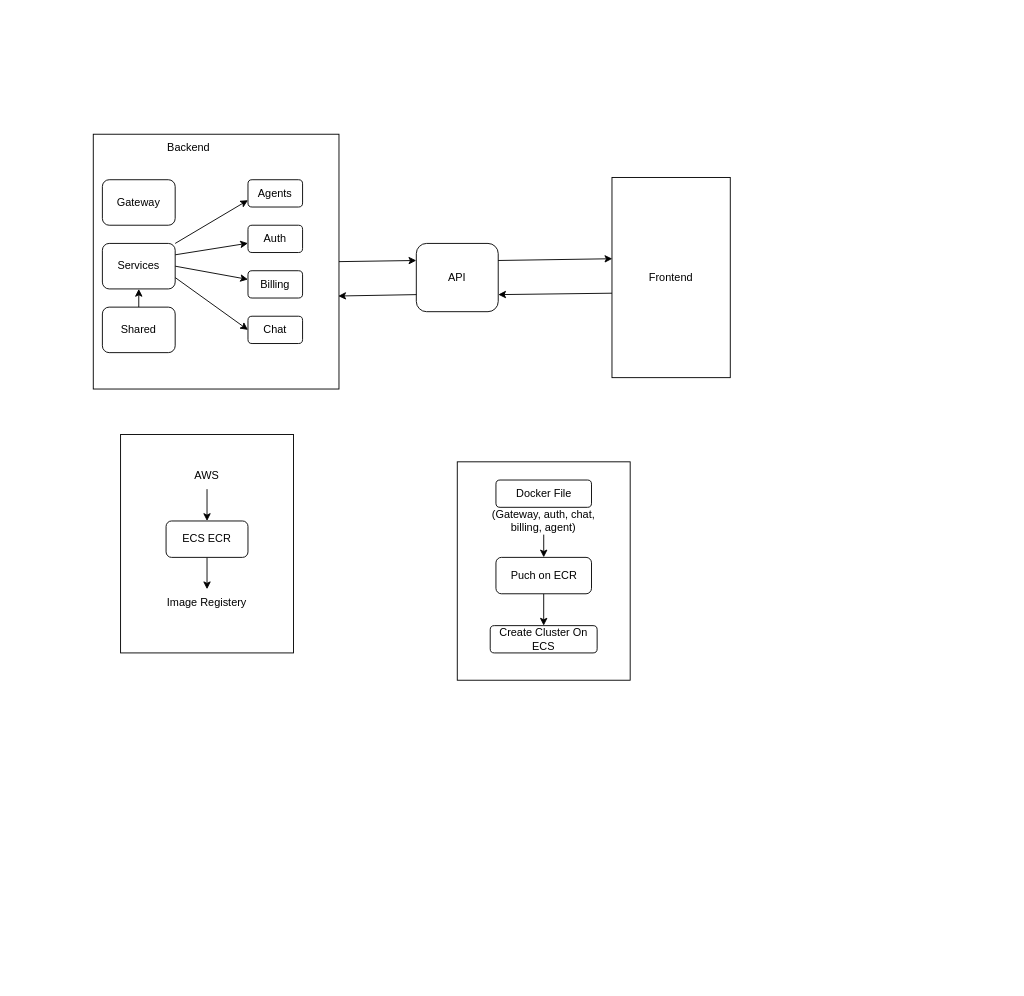
Before: ProjectStructure.drawio in GreeshmanDama/NoBoundAI-Multimodal-Assistant, a draw.io diagram. Source tidied: cells renumbered, new cells numbered last; positions are measured from the earlier drawing's top-left corner, leaving out a move shared by most shapes. Both pictures are drawn from the tidied source at 91%, with x=0, y=0 at pixel (93, 134).
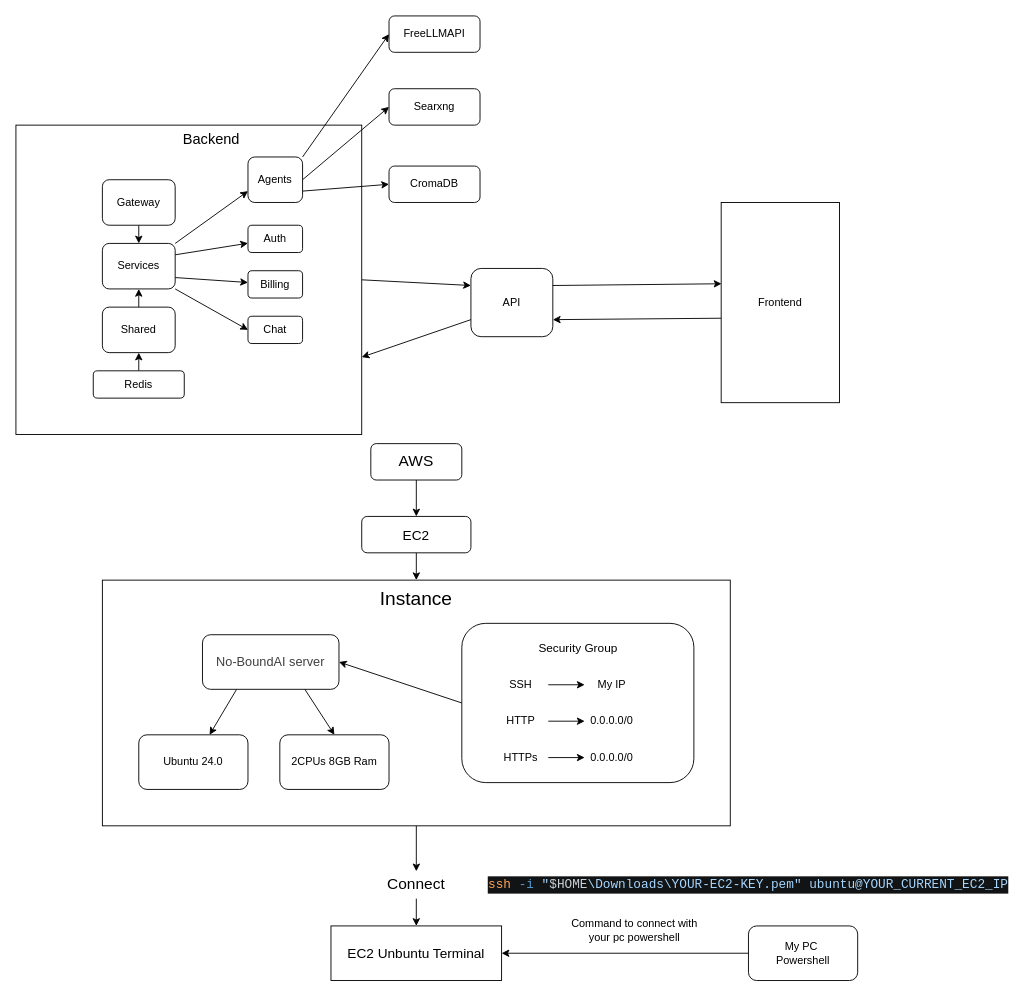
The same page after the edit.

Unchanged cells that the change refers to:
```xml
<mxCell id="5" value="Gateway" style="rounded=1;whiteSpace=wrap;html=1;roundedPerimeter=1;" parent="1" vertex="1">
  <mxGeometry x="10" y="50" width="80" height="50" as="geometry" />
</mxCell>
<mxCell id="10" value="Services" style="rounded=1;whiteSpace=wrap;html=1;roundedPerimeter=1;" parent="1" vertex="1">
  <mxGeometry x="10" y="120" width="80" height="50" as="geometry" />
</mxCell>
<mxCell id="12" value="Shared" style="rounded=1;whiteSpace=wrap;html=1;roundedPerimeter=1;" parent="1" vertex="1">
  <mxGeometry x="10" y="190" width="80" height="50" as="geometry" />
</mxCell>
<mxCell id="15" value="Billing" style="rounded=1;whiteSpace=wrap;html=1;roundedPerimeter=1;" parent="1" vertex="1">
  <mxGeometry x="170" y="150" width="60" height="30" as="geometry" />
</mxCell>
<mxCell id="16" value="Chat" style="rounded=1;whiteSpace=wrap;html=1;roundedPerimeter=1;" parent="1" vertex="1">
  <mxGeometry x="170" y="200" width="60" height="30" as="geometry" />
</mxCell>
```

What changed in the source:
```diff
@@
     <mxCell id="3" style="rounded=0;whiteSpace=wrap;html=1;" parent="1" vertex="1">
-      <mxGeometry width="270" height="280" as="geometry" />
+      <mxGeometry x="-85" y="-10" width="380" height="340" as="geometry" />
     </mxCell>
-    <mxCell id="4" value="Backend" style="text;html=1;whiteSpace=wrap;strokeColor=none;fillColor=none;align=center;verticalAlign=middle;rounded=0;" parent="1" vertex="1">
-      <mxGeometry x="75" width="60" height="30" as="geometry" />
+    <mxCell id="4" value="&lt;font style=&quot;font-size: 16px;&quot;&gt;Backend&lt;/font&gt;" style="text;html=1;whiteSpace=wrap;strokeColor=none;fillColor=none;align=center;verticalAlign=middle;rounded=0;" parent="1" vertex="1">
+      <mxGeometry x="100" y="-10" width="60" height="30" as="geometry" />
     </mxCell>
+    <mxCell id="35" style="edgeStyle=none;html=1;exitX=0.5;exitY=1;exitDx=0;exitDy=0;" parent="1" edge="1" source="5" target="10">
+      <mxGeometry relative="1" as="geometry" />
+    </mxCell>
@@
-    <mxCell id="6" style="edgeStyle=none;html=1;exitX=1;exitY=0.5;exitDx=0;exitDy=0;" parent="1" edge="1" source="10" target="15">
+    <mxCell id="6" style="edgeStyle=none;html=1;exitX=1;exitY=0.75;exitDx=0;exitDy=0;" parent="1" edge="1" source="10" target="15">
       <mxGeometry relative="1" as="geometry" />
     </mxCell>
@@
-    <mxCell id="9" style="edgeStyle=none;html=1;exitX=1;exitY=0.75;exitDx=0;exitDy=0;entryX=0;entryY=0.5;entryDx=0;entryDy=0;" parent="1" edge="1" source="10" target="16">
+    <mxCell id="9" style="edgeStyle=none;html=1;exitX=1;exitY=1;exitDx=0;exitDy=0;entryX=0;entryY=0.5;entryDx=0;entryDy=0;" parent="1" edge="1" source="10" target="16">
       <mxGeometry relative="1" as="geometry" />
     </mxCell>
@@
+    <mxCell id="36" style="edgeStyle=none;html=1;exitX=1;exitY=0;exitDx=0;exitDy=0;entryX=0;entryY=0.5;entryDx=0;entryDy=0;" parent="1" edge="1" source="13" target="69">
+      <mxGeometry relative="1" as="geometry" />
+    </mxCell>
+    <mxCell id="37" style="edgeStyle=none;html=1;exitX=1;exitY=0.5;exitDx=0;exitDy=0;entryX=0;entryY=0.5;entryDx=0;entryDy=0;" parent="1" edge="1" source="13" target="70">
+      <mxGeometry relative="1" as="geometry" />
+    </mxCell>
+    <mxCell id="38" style="edgeStyle=none;html=1;exitX=1;exitY=0.75;exitDx=0;exitDy=0;entryX=0;entryY=0.5;entryDx=0;entryDy=0;" parent="1" edge="1" source="13" target="71">
+      <mxGeometry relative="1" as="geometry" />
+    </mxCell>
     <mxCell id="13" value="Agents" style="rounded=1;whiteSpace=wrap;html=1;roundedPerimeter=1;" parent="1" vertex="1">
-      <mxGeometry x="170" y="50" width="60" height="30" as="geometry" />
+      <mxGeometry x="170" y="25" width="60" height="50" as="geometry" />
     </mxCell>
@@
     <mxCell id="18" value="Frontend" style="rounded=0;whiteSpace=wrap;html=1;" parent="1" vertex="1">
-      <mxGeometry x="570" y="47.5" width="130" height="220" as="geometry" />
+      <mxGeometry x="690" y="75" width="130" height="220" as="geometry" />
     </mxCell>
     <mxCell id="19" value="API" style="rounded=1;whiteSpace=wrap;html=1;roundedPerimeter=1;" parent="1" vertex="1">
-      <mxGeometry x="355" y="120" width="90" height="75" as="geometry" />
+      <mxGeometry x="415" y="147.5" width="90" height="75" as="geometry" />
     </mxCell>
@@
-    <mxCell id="21" style="edgeStyle=none;html=1;exitX=0;exitY=0.75;exitDx=0;exitDy=0;entryX=0.997;entryY=0.635;entryDx=0;entryDy=0;entryPerimeter=0;" parent="1" edge="1" source="19" target="3">
+    <mxCell id="21" style="edgeStyle=none;html=1;exitX=0;exitY=0.75;exitDx=0;exitDy=0;entryX=1;entryY=0.75;entryDx=0;entryDy=0;" parent="1" edge="1" source="19" target="3">
       <mxGeometry relative="1" as="geometry" />
     </mxCell>
-    <mxCell id="22" style="rounded=0;whiteSpace=wrap;html=1;" parent="1" vertex="1">
-      <mxGeometry x="30" y="330" width="190" height="240" as="geometry" />
-    </mxCell>
-    <mxCell id="23" style="edgeStyle=none;html=1;exitX=0.5;exitY=1;exitDx=0;exitDy=0;entryX=0.5;entryY=0;entryDx=0;entryDy=0;" parent="1" edge="1" source="24" target="26">
-      <mxGeometry relative="1" as="geometry" />
-    </mxCell>
+    <mxCell id="39" style="edgeStyle=none;html=1;" parent="1" edge="1" source="24" target="41">
+      <mxGeometry relative="1" as="geometry" />
+    </mxCell>
-    <mxCell id="24" value="AWS" style="text;html=1;whiteSpace=wrap;strokeColor=none;fillColor=none;align=center;verticalAlign=middle;rounded=0;" parent="1" vertex="1">
-      <mxGeometry x="85" y="360" width="80" height="30" as="geometry" />
+    <mxCell id="24" value="&lt;font style=&quot;font-size: 17px;&quot;&gt;AWS&lt;/font&gt;" style="rounded=1;whiteSpace=wrap;html=1;roundedPerimeter=1;" parent="1" vertex="1">
+      <mxGeometry x="305" y="340" width="100" height="40" as="geometry" />
     </mxCell>
-    <mxCell id="25" style="edgeStyle=none;html=1;" parent="1" edge="1" source="26" target="27">
-      <mxGeometry relative="1" as="geometry" />
-    </mxCell>
-    <mxCell id="26" value="ECS ECR" style="rounded=1;whiteSpace=wrap;html=1;roundedPerimeter=1;" parent="1" vertex="1">
-      <mxGeometry x="80" y="425" width="90" height="40" as="geometry" />
-    </mxCell>
-    <mxCell id="27" value="Image Registery" style="text;html=1;whiteSpace=wrap;strokeColor=none;fillColor=none;align=center;verticalAlign=middle;rounded=0;" parent="1" vertex="1">
-      <mxGeometry x="80" y="500" width="90" height="30" as="geometry" />
-    </mxCell>
-    <mxCell id="28" style="rounded=0;whiteSpace=wrap;html=1;" parent="1" vertex="1">
-      <mxGeometry x="400" y="360" width="190" height="240" as="geometry" />
-    </mxCell>
-    <mxCell id="29" value="Docker File" style="rounded=1;whiteSpace=wrap;html=1;roundedPerimeter=1;" parent="1" vertex="1">
-      <mxGeometry x="442.5" y="380" width="105" height="30" as="geometry" />
-    </mxCell>
-    <mxCell id="30" style="edgeStyle=none;html=1;" parent="1" edge="1" source="31" target="33">
-      <mxGeometry relative="1" as="geometry" />
-    </mxCell>
-    <mxCell id="31" value="(Gateway, auth, chat, billing, agent)" style="text;html=1;whiteSpace=wrap;strokeColor=none;fillColor=none;align=center;verticalAlign=middle;rounded=0;" parent="1" vertex="1">
-      <mxGeometry x="420" y="410" width="150" height="30" as="geometry" />
-    </mxCell>
-    <mxCell id="32" style="edgeStyle=none;html=1;" parent="1" edge="1" source="33" target="34">
-      <mxGeometry relative="1" as="geometry" />
-    </mxCell>
-    <mxCell id="33" value="Puch on ECR" style="rounded=1;whiteSpace=wrap;html=1;roundedPerimeter=1;" parent="1" vertex="1">
-      <mxGeometry x="442.5" y="465" width="105" height="40" as="geometry" />
-    </mxCell>
-    <mxCell id="34" value="Create Cluster On ECS" style="rounded=1;whiteSpace=wrap;html=1;roundedPerimeter=1;" parent="1" vertex="1">
-      <mxGeometry x="436.2" y="540" width="117.5" height="30" as="geometry" />
-    </mxCell>
+    <mxCell id="40" style="edgeStyle=none;html=1;exitX=0.5;exitY=1;exitDx=0;exitDy=0;entryX=0.5;entryY=0;entryDx=0;entryDy=0;" parent="1" edge="1" source="41" target="43">
+      <mxGeometry relative="1" as="geometry" />
+    </mxCell>
+    <mxCell id="41" value="&lt;font style=&quot;font-size: 15px;&quot;&gt;EC2&lt;/font&gt;" style="rounded=1;whiteSpace=wrap;html=1;roundedPerimeter=1;" parent="1" vertex="1">
+      <mxGeometry x="295" y="420" width="120" height="40" as="geometry" />
+    </mxCell>
+    <mxCell id="42" style="edgeStyle=none;html=1;" parent="1" edge="1" source="43" target="63">
+      <mxGeometry relative="1" as="geometry" />
+    </mxCell>
+    <mxCell id="43" style="rounded=0;whiteSpace=wrap;html=1;" parent="1" vertex="1">
+      <mxGeometry x="10" y="490" width="690" height="270" as="geometry" />
+    </mxCell>
+    <mxCell id="44" value="&lt;font style=&quot;font-size: 21px;&quot;&gt;Instance&lt;/font&gt;" style="text;html=1;whiteSpace=wrap;strokeColor=none;fillColor=none;align=center;verticalAlign=middle;rounded=0;" parent="1" vertex="1">
+      <mxGeometry x="325" y="495" width="60" height="30" as="geometry" />
+    </mxCell>
+    <mxCell id="45" value="&lt;span style=&quot;color: rgb(0, 0, 0);&quot;&gt;Ubuntu 24.0&lt;/span&gt;" style="rounded=1;whiteSpace=wrap;html=1;roundedPerimeter=1;" parent="1" vertex="1">
+      <mxGeometry x="50" y="660" width="120" height="60" as="geometry" />
+    </mxCell>
+    <mxCell id="46" style="edgeStyle=none;html=1;exitX=0.25;exitY=1;exitDx=0;exitDy=0;" parent="1" edge="1" source="48" target="45">
+      <mxGeometry relative="1" as="geometry" />
+    </mxCell>
+    <mxCell id="47" style="edgeStyle=none;html=1;exitX=0.75;exitY=1;exitDx=0;exitDy=0;entryX=0.5;entryY=0;entryDx=0;entryDy=0;" parent="1" edge="1" source="48" target="49">
+      <mxGeometry relative="1" as="geometry" />
+    </mxCell>
+    <mxCell id="48" value="&lt;span style=&quot;color: rgb(63, 63, 63);&quot;&gt;&lt;font style=&quot;font-size: 14px;&quot;&gt;No-BoundAI server&lt;/font&gt;&lt;/span&gt;" style="rounded=1;whiteSpace=wrap;html=1;roundedPerimeter=1;" parent="1" vertex="1">
+      <mxGeometry x="120" y="550" width="150" height="60" as="geometry" />
+    </mxCell>
+    <mxCell id="49" value="2CPUs 8GB Ram" style="rounded=1;whiteSpace=wrap;html=1;roundedPerimeter=1;" parent="1" vertex="1">
+      <mxGeometry x="205" y="660" width="120" height="60" as="geometry" />
+    </mxCell>
+    <mxCell id="50" style="edgeStyle=none;html=1;exitX=0;exitY=0.5;exitDx=0;exitDy=0;entryX=1;entryY=0.5;entryDx=0;entryDy=0;" parent="1" edge="1" source="51" target="48">
+      <mxGeometry relative="1" as="geometry" />
+    </mxCell>
+    <mxCell id="51" style="rounded=1;whiteSpace=wrap;html=1;roundedPerimeter=1;" parent="1" vertex="1">
+      <mxGeometry x="405" y="537.5" width="255" height="175" as="geometry" />
+    </mxCell>
+    <mxCell id="52" value="&lt;font style=&quot;font-size: 13px;&quot;&gt;Security Group&lt;/font&gt;" style="text;html=1;whiteSpace=wrap;strokeColor=none;fillColor=none;align=center;verticalAlign=middle;rounded=0;" parent="1" vertex="1">
+      <mxGeometry x="482.5" y="550" width="100" height="30" as="geometry" />
+    </mxCell>
+    <mxCell id="53" style="edgeStyle=none;html=1;entryX=0;entryY=0.5;entryDx=0;entryDy=0;" parent="1" edge="1" source="54" target="55">
+      <mxGeometry relative="1" as="geometry" />
+    </mxCell>
+    <mxCell id="54" value="SSH" style="text;html=1;whiteSpace=wrap;strokeColor=none;fillColor=none;align=center;verticalAlign=middle;rounded=0;" parent="1" vertex="1">
+      <mxGeometry x="440" y="590" width="60" height="30" as="geometry" />
+    </mxCell>
+    <mxCell id="55" value="My IP" style="text;html=1;whiteSpace=wrap;strokeColor=none;fillColor=none;align=center;verticalAlign=middle;rounded=0;" parent="1" vertex="1">
+      <mxGeometry x="540" y="590" width="60" height="30" as="geometry" />
+    </mxCell>
+    <mxCell id="56" style="edgeStyle=none;html=1;entryX=0;entryY=0.5;entryDx=0;entryDy=0;" parent="1" edge="1" source="57" target="58">
+      <mxGeometry relative="1" as="geometry" />
+    </mxCell>
+    <mxCell id="57" value="HTTP" style="text;html=1;whiteSpace=wrap;strokeColor=none;fillColor=none;align=center;verticalAlign=middle;rounded=0;" parent="1" vertex="1">
+      <mxGeometry x="440" y="630" width="60" height="30" as="geometry" />
+    </mxCell>
+    <mxCell id="58" value="0.0.0.0/0" style="text;html=1;whiteSpace=wrap;strokeColor=none;fillColor=none;align=center;verticalAlign=middle;rounded=0;" parent="1" vertex="1">
+      <mxGeometry x="540" y="630" width="60" height="30" as="geometry" />
+    </mxCell>
+    <mxCell id="59" style="edgeStyle=none;html=1;" parent="1" edge="1" source="60" target="61">
+      <mxGeometry relative="1" as="geometry" />
+    </mxCell>
+    <mxCell id="60" value="HTTPs" style="text;html=1;whiteSpace=wrap;strokeColor=none;fillColor=none;align=center;verticalAlign=middle;rounded=0;" parent="1" vertex="1">
+      <mxGeometry x="440" y="670" width="60" height="30" as="geometry" />
+    </mxCell>
+    <mxCell id="61" value="0.0.0.0/0" style="text;html=1;whiteSpace=wrap;strokeColor=none;fillColor=none;align=center;verticalAlign=middle;rounded=0;" parent="1" vertex="1">
+      <mxGeometry x="540" y="670" width="60" height="30" as="geometry" />
+    </mxCell>
+    <mxCell id="62" style="edgeStyle=none;html=1;" parent="1" edge="1" source="63" target="65">
+      <mxGeometry relative="1" as="geometry" />
+    </mxCell>
+    <mxCell id="63" value="&lt;font style=&quot;font-size: 17px;&quot;&gt;Connect&lt;/font&gt;" style="text;html=1;whiteSpace=wrap;strokeColor=none;fillColor=none;align=center;verticalAlign=middle;rounded=0;" parent="1" vertex="1">
+      <mxGeometry x="325" y="810" width="60" height="30" as="geometry" />
+    </mxCell>
+    <mxCell id="64" style="edgeStyle=none;html=1;exitX=0;exitY=0.5;exitDx=0;exitDy=0;entryX=1;entryY=0.5;entryDx=0;entryDy=0;" parent="1" edge="1" source="66" target="65">
+      <mxGeometry relative="1" as="geometry" />
+    </mxCell>
+    <mxCell id="65" value="&lt;font style=&quot;font-size: 15px;&quot;&gt;EC2 Unbuntu Terminal&lt;/font&gt;" style="rounded=0;whiteSpace=wrap;html=1;" parent="1" vertex="1">
+      <mxGeometry x="261.2" y="870" width="187.5" height="60" as="geometry" />
+    </mxCell>
+    <mxCell id="66" value="My PC&amp;nbsp;&lt;div&gt;Powershell&lt;/div&gt;" style="rounded=1;whiteSpace=wrap;html=1;roundedPerimeter=1;" parent="1" vertex="1">
+      <mxGeometry x="720" y="870" width="120" height="60" as="geometry" />
+    </mxCell>
+    <mxCell id="67" value="&lt;div style=&quot;color: rgb(187, 190, 191); background-color: rgb(18, 19, 20); font-family: Consolas, &amp;quot;Courier New&amp;quot;, monospace; font-size: 14px; line-height: 19px; white-space: pre;&quot;&gt;&lt;span style=&quot;color: #ffa657;&quot;&gt;ssh&lt;/span&gt;&lt;span style=&quot;color: #d4d4d4;&quot;&gt; &lt;/span&gt;&lt;span style=&quot;color: #569cd6;&quot;&gt;-i&lt;/span&gt;&lt;span style=&quot;color: #d4d4d4;&quot;&gt; &lt;/span&gt;&lt;span style=&quot;color: #a5d6ff;&quot;&gt;&quot;&lt;/span&gt;&lt;span style=&quot;color: #c9d1d9;&quot;&gt;$HOME&lt;/span&gt;&lt;span style=&quot;color: #a5d6ff;&quot;&gt;\Downloads\YOUR-EC2-KEY.pem&quot;&lt;/span&gt;&lt;span style=&quot;color: #d4d4d4;&quot;&gt; &lt;/span&gt;&lt;span style=&quot;color: #a5d6ff;&quot;&gt;ubuntu@YOUR_CURRENT_EC2_IP&lt;/span&gt;&lt;/div&gt;" style="text;html=1;whiteSpace=wrap;strokeColor=none;fillColor=none;align=center;verticalAlign=middle;rounded=0;" parent="1" vertex="1">
+      <mxGeometry x="690" y="810" width="60" height="30" as="geometry" />
+    </mxCell>
+    <mxCell id="68" value="Command to connect with your pc powershell" style="text;html=1;whiteSpace=wrap;strokeColor=none;fillColor=none;align=center;verticalAlign=middle;rounded=0;" parent="1" vertex="1">
+      <mxGeometry x="520" y="860" width="150" height="30" as="geometry" />
+    </mxCell>
+    <mxCell id="69" value="FreeLLMAPI" style="rounded=1;whiteSpace=wrap;html=1;roundedPerimeter=1;" parent="1" vertex="1">
+      <mxGeometry x="325" y="-130" width="100" height="40" as="geometry" />
+    </mxCell>
+    <mxCell id="70" value="Searxng" style="rounded=1;whiteSpace=wrap;html=1;roundedPerimeter=1;" parent="1" vertex="1">
+      <mxGeometry x="325" y="-50" width="100" height="40" as="geometry" />
+    </mxCell>
+    <mxCell id="71" value="CromaDB" style="rounded=1;whiteSpace=wrap;html=1;roundedPerimeter=1;" parent="1" vertex="1">
+      <mxGeometry x="325" y="35" width="100" height="40" as="geometry" />
+    </mxCell>
+    <mxCell id="72" style="edgeStyle=none;html=1;" parent="1" edge="1" source="73" target="12">
+      <mxGeometry relative="1" as="geometry" />
+    </mxCell>
+    <mxCell id="73" value="Redis" style="rounded=1;whiteSpace=wrap;html=1;roundedPerimeter=1;" parent="1" vertex="1">
+      <mxGeometry y="260" width="100" height="30" as="geometry" />
+    </mxCell>
```
